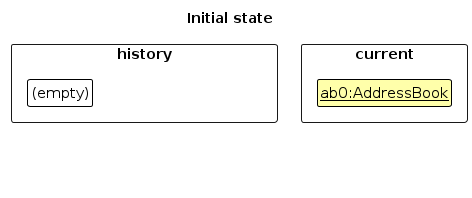
The PlantUML diagram diagrams/UndoRedoState0.png in AY2627S1-CS2103T-T08-4/tp, before a commit. Its source is kept beside it as diagrams/UndoRedoState0.puml.
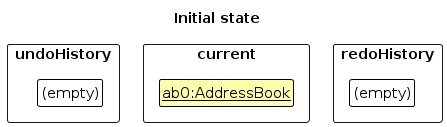
Later version of the same file.

What changed in the source:
```diff
@@ -6,21 +6,18 @@
 
 title Initial state
 
-package "history" <<rectangle>> {
-    class H1 as "(empty)" #FFFFFF
-    class H2 as "<u>abX:AddressBook</u>"
+package "undoHistory" <<rectangle>> {
+    class U0 as "(empty)" #FFFFFF
 }
-
-H1 -[hidden]right-> H2
-hide H2
 
 package "current" <<rectangle>> {
     class Current as "<u>ab0:AddressBook</u>"
 }
 
-H2 -[hidden]right-> Current
+package "redoHistory" <<rectangle>> {
+    class R0 as "(empty)" #FFFFFF
+}
 
-class Top as "Top of history" #FFFFFF
-Top -up-> H1
-hide Top
+U0 -[hidden]right-> Current
+Current -[hidden]right-> R0
 @enduml
```
